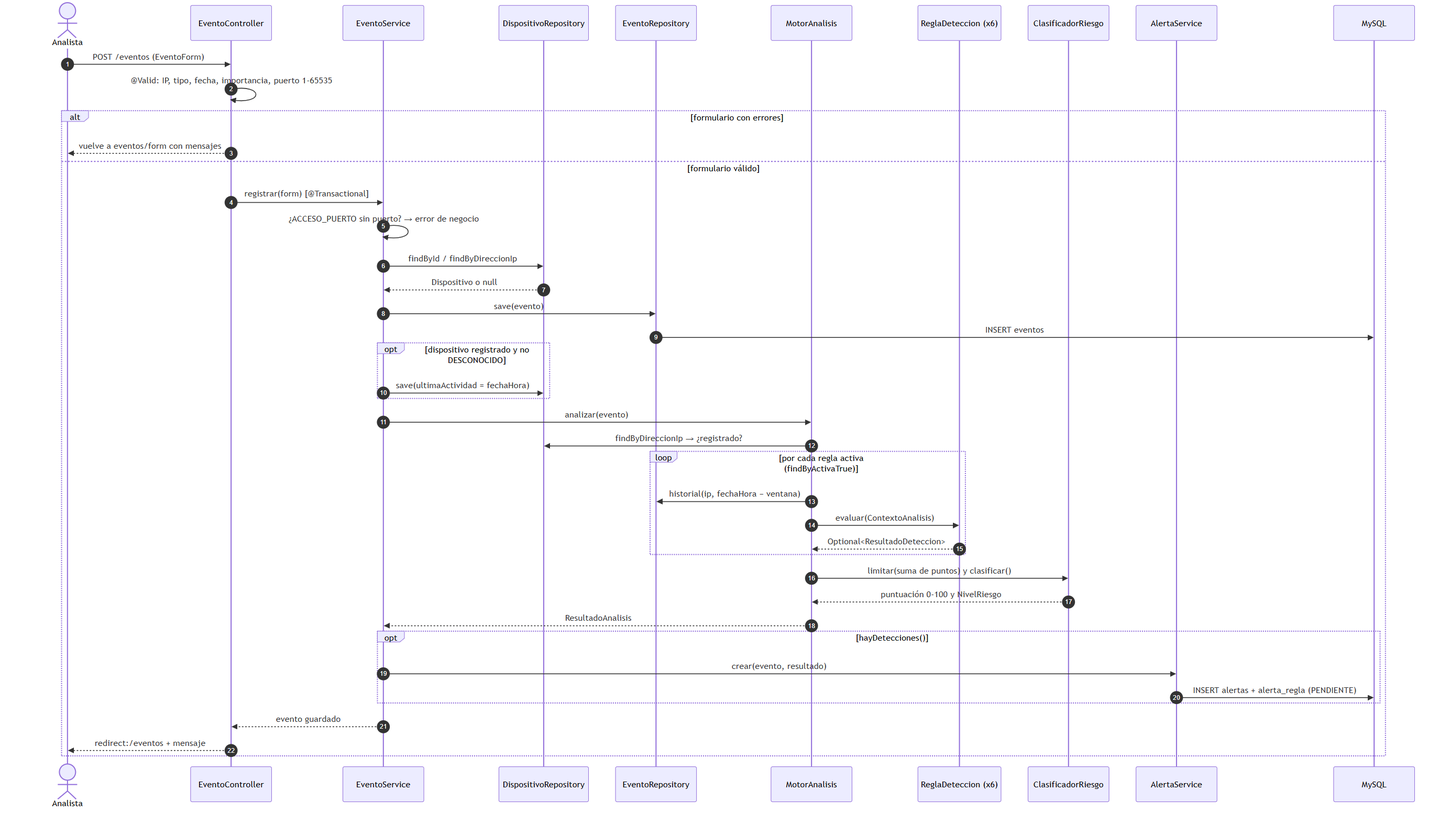
Above: Docs/img/06-secuencia-registro-evento.png in velosergio/Cyberguard (Mermaid), before the change. Its source is kept beside it as Docs/img/fuentes/06-secuencia-registro-evento.mmd.
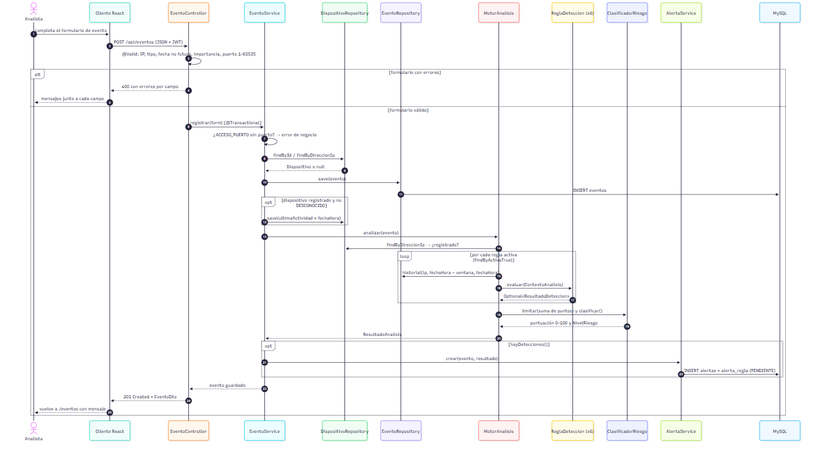
After the change.

Change to the diagram source:
```diff
@@ -1,6 +1,7 @@
 sequenceDiagram
     autonumber
     actor A as Analista
+    participant UI as Cliente React
     participant C as EventoController
     participant ES as EventoService
     participant DR as DispositivoRepository
@@ -11,10 +12,12 @@
     participant AS as AlertaService
     participant BD as MySQL
 
-    A->>C: POST /eventos (EventoForm)
-    C->>C: @Valid: IP, tipo, fecha, importancia, puerto 1-65535
+    A->>UI: completa el formulario de evento
+    UI->>C: POST /api/eventos (JSON + JWT)
+    C->>C: @Valid: IP, tipo, fecha no futura, importancia, puerto 1-65535
     alt formulario con errores
-        C-->>A: vuelve a eventos/form con mensajes
+        C-->>UI: 400 con errores por campo
+        UI-->>A: mensajes junto a cada campo
     else formulario válido
         C->>ES: registrar(form) [@Transactional]
         ES->>ES: ¿ACCESO_PUERTO sin puerto? → error de negocio
@@ -28,7 +31,7 @@
         ES->>M: analizar(evento)
         M->>DR: findByDireccionIp → ¿registrado?
         loop por cada regla activa (findByActivaTrue)
-            M->>ER: historial(ip, fechaHora − ventana)
+            M->>ER: historial(ip, fechaHora − ventana, fechaHora)
             M->>R: evaluar(ContextoAnalisis)
             R-->>M: Optional<ResultadoDeteccion>
         end
@@ -40,5 +43,6 @@
             AS->>BD: INSERT alertas + alerta_regla (PENDIENTE)
         end
         ES-->>C: evento guardado
-        C-->>A: redirect:/eventos + mensaje
+        C-->>UI: 201 Created + EventoDto
+        UI-->>A: vuelve a /eventos con mensaje
     end
```
